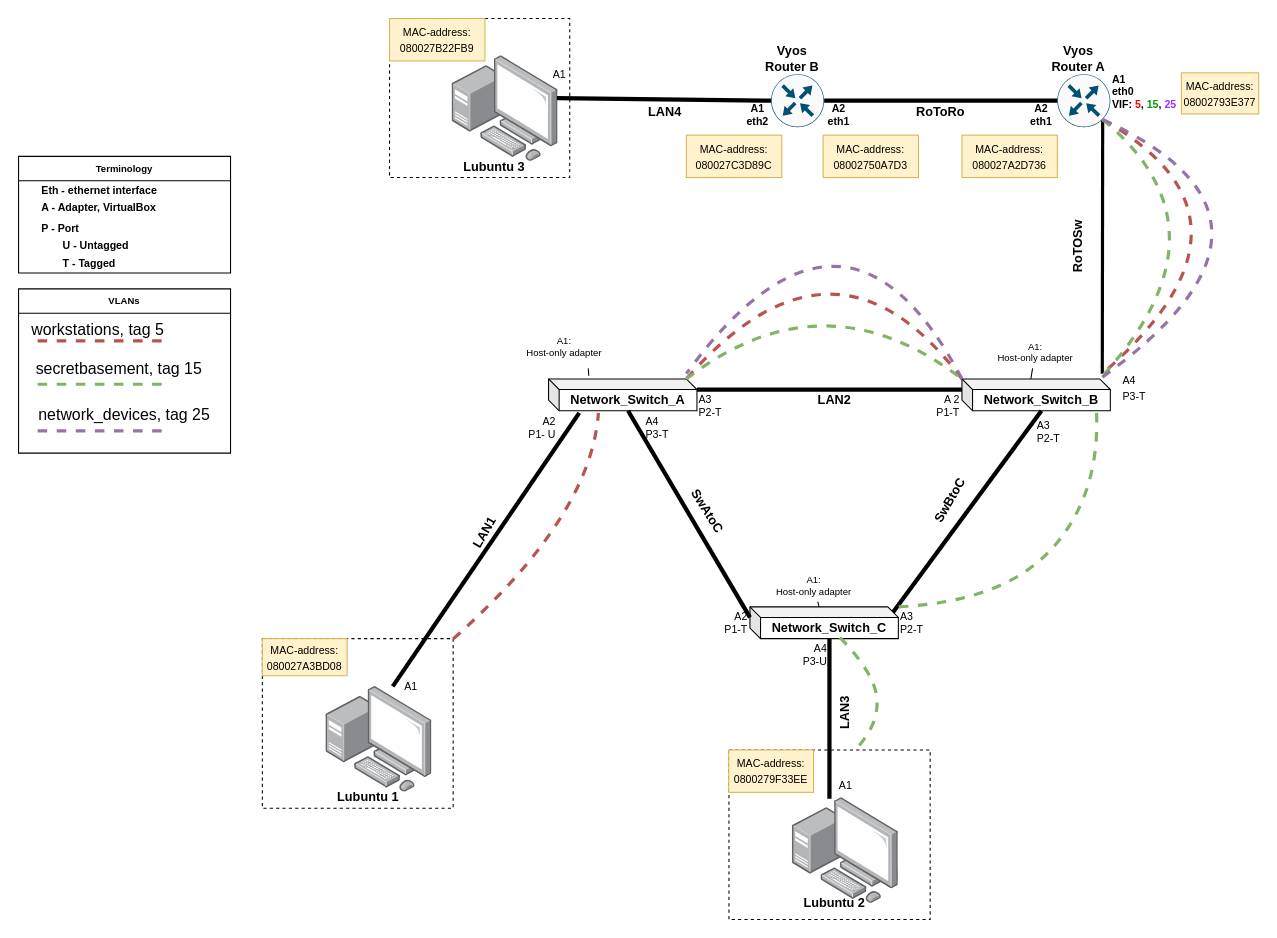
Before: page "Physical Topology" (1 of 3) of documentation/E07/E07NetworkCharts.drawio in Kjersheim/DataNetworksIntro2023, a draw.io diagram. Source tidied: cells renumbered, new cells numbered last; positions are measured from the earlier drawing's top-left corner, leaving out a move shared by most shapes. Both pictures are drawn from the tidied source at 106%, with x=0, y=0 at pixel (18, 18).
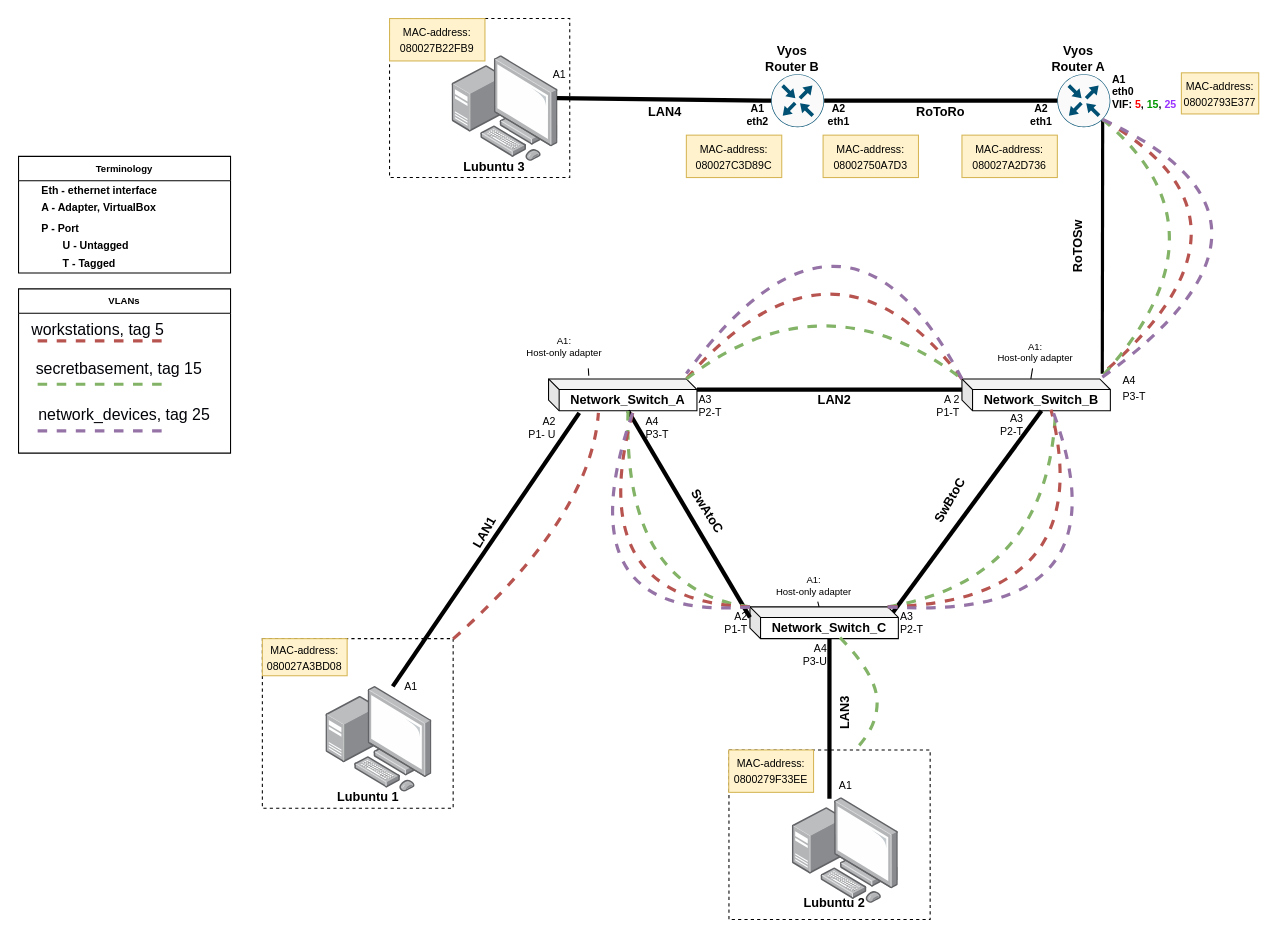
The same diagram, later.

Commit message (it also covers changes not shown here):
Updating physical topology

The change refers to these unchanged cells:
```xml
<mxCell id="8" value="Network_Switch_A" style="shape=cube;whiteSpace=wrap;html=1;boundedLbl=1;backgroundOutline=1;darkOpacity=0.05;darkOpacity2=0.1;direction=east;size=10;fontStyle=1;" parent="1" vertex="1">
  <mxGeometry x="500" y="340" width="140" height="30" as="geometry" />
</mxCell>
<mxCell id="9" value="Network_Switch_B" style="shape=cube;whiteSpace=wrap;html=1;boundedLbl=1;backgroundOutline=1;darkOpacity=0.05;darkOpacity2=0.1;direction=east;size=10;fontStyle=1;" parent="1" vertex="1">
  <mxGeometry x="890" y="340" width="140" height="30" as="geometry" />
</mxCell>
<mxCell id="59" value="Network_Switch_C" style="shape=cube;whiteSpace=wrap;html=1;boundedLbl=1;backgroundOutline=1;darkOpacity=0.05;darkOpacity2=0.1;direction=east;size=10;fontStyle=1;" parent="1" vertex="1">
  <mxGeometry x="690" y="555" width="140" height="30" as="geometry" />
</mxCell>
<mxCell id="65" value="A2&lt;br&gt;P1-T" style="text;strokeColor=none;align=right;fillColor=none;html=1;verticalAlign=middle;whiteSpace=wrap;rounded=0;rotation=0;fontStyle=0;fontSize=10;" parent="1" vertex="1">
  <mxGeometry x="660" y="555" width="30" height="30" as="geometry" />
</mxCell>
<mxCell id="66" value="A3&lt;br&gt;P2-T" style="text;strokeColor=none;align=left;fillColor=none;html=1;verticalAlign=middle;whiteSpace=wrap;rounded=0;rotation=0;fontStyle=0;fontSize=10;" parent="1" vertex="1">
  <mxGeometry x="830" y="555" width="80" height="30" as="geometry" />
</mxCell>
```

Change to the diagram source:
```diff
@@
-    <mxCell id="22" value="A3&lt;br&gt;P2-T" style="text;align=left;html=1;verticalAlign=middle;whiteSpace=wrap;rounded=0;dashed=1;fontSize=10;" parent="1" vertex="1">
-      <mxGeometry x="959.2" y="370" width="50" height="40" as="geometry" />
+    <mxCell id="22" value="A3&lt;br&gt;P2-T" style="text;align=right;html=1;verticalAlign=middle;whiteSpace=wrap;rounded=0;dashed=1;fontSize=10;" parent="1" vertex="1">
+      <mxGeometry x="900" y="362.5" width="50" height="40" as="geometry" />
     </mxCell>
@@
-    <mxCell id="35" style="endArrow=none;html=1;strokeWidth=3;fillColor=#d5e8d4;strokeColor=#82b366;dashed=1;curved=1;exitX=0.907;exitY=1.067;exitDx=0;exitDy=0;exitPerimeter=0;entryX=0;entryY=0;entryDx=0;entryDy=0;" parent="1" edge="1" source="9" target="66">
-      <mxGeometry x="-0.71" y="-66" relative="1" as="geometry">
-        <Array as="points">
-          <mxPoint x="1020" y="450" />
-          <mxPoint x="930" y="550" />
-        </Array>
-      </mxGeometry>
-    </mxCell>
@@
+    <mxCell id="86" style="endArrow=none;html=1;entryX=0;entryY=0;entryDx=75;entryDy=30;entryPerimeter=0;strokeWidth=3;fillColor=#d5e8d4;strokeColor=#82b366;dashed=1;curved=1;exitX=1;exitY=0;exitDx=0;exitDy=0;" parent="1" edge="1" source="65" target="8">
+      <mxGeometry x="-0.71" y="-66" relative="1" as="geometry">
+        <Array as="points">
+          <mxPoint x="570" y="540" />
+        </Array>
+      </mxGeometry>
+    </mxCell>
+    <mxCell id="87" style="endArrow=none;html=1;strokeWidth=3;fillColor=#f8cecc;strokeColor=#b85450;dashed=1;exitX=0;exitY=0;exitDx=0;exitDy=0;curved=1;exitPerimeter=0;" parent="1" edge="1" source="59">
+      <mxGeometry x="-0.71" y="-66" relative="1" as="geometry">
+        <mxPoint x="580" y="370" as="targetPoint" />
+        <Array as="points">
+          <mxPoint x="530" y="550" />
+        </Array>
+      </mxGeometry>
+    </mxCell>
+    <mxCell id="88" style="endArrow=none;html=1;strokeWidth=3;fillColor=#e1d5e7;strokeColor=#9673a6;dashed=1;exitX=0;exitY=0;exitDx=0;exitDy=0;curved=1;exitPerimeter=0;" parent="1" edge="1" source="59">
+      <mxGeometry x="-0.71" y="-66" relative="1" as="geometry">
+        <mxPoint x="580" y="370" as="targetPoint" />
+        <Array as="points">
+          <mxPoint x="510" y="570" />
+        </Array>
+      </mxGeometry>
+    </mxCell>
+    <mxCell id="89" style="endArrow=none;html=1;entryX=0.629;entryY=1.133;entryDx=0;entryDy=0;entryPerimeter=0;strokeWidth=3;fillColor=#d5e8d4;strokeColor=#82b366;dashed=1;exitX=0;exitY=0;exitDx=130;exitDy=0;curved=1;exitPerimeter=0;" parent="1" edge="1" source="59" target="9">
+      <mxGeometry x="-0.71" y="-66" relative="1" as="geometry">
+        <Array as="points">
+          <mxPoint x="970" y="530" />
+        </Array>
+      </mxGeometry>
+    </mxCell>
+    <mxCell id="90" style="endArrow=none;html=1;strokeWidth=3;fillColor=#f8cecc;strokeColor=#b85450;dashed=1;exitX=0;exitY=0;exitDx=130;exitDy=0;curved=1;exitPerimeter=0;entryX=0.6;entryY=0.967;entryDx=0;entryDy=0;entryPerimeter=0;" parent="1" edge="1" source="59" target="9">
+      <mxGeometry x="-0.71" y="-66" relative="1" as="geometry">
+        <Array as="points">
+          <mxPoint x="1020" y="550" />
+        </Array>
+      </mxGeometry>
+    </mxCell>
+    <mxCell id="91" style="endArrow=none;html=1;strokeWidth=3;fillColor=#e1d5e7;strokeColor=#9673a6;dashed=1;curved=1;entryX=0.614;entryY=1.033;entryDx=0;entryDy=0;entryPerimeter=0;exitX=0;exitY=0;exitDx=130;exitDy=0;exitPerimeter=0;" parent="1" edge="1" source="59" target="9">
+      <mxGeometry x="-0.71" y="-66" relative="1" as="geometry">
+        <Array as="points">
+          <mxPoint x="1050" y="570" />
+        </Array>
+      </mxGeometry>
+    </mxCell>
```
